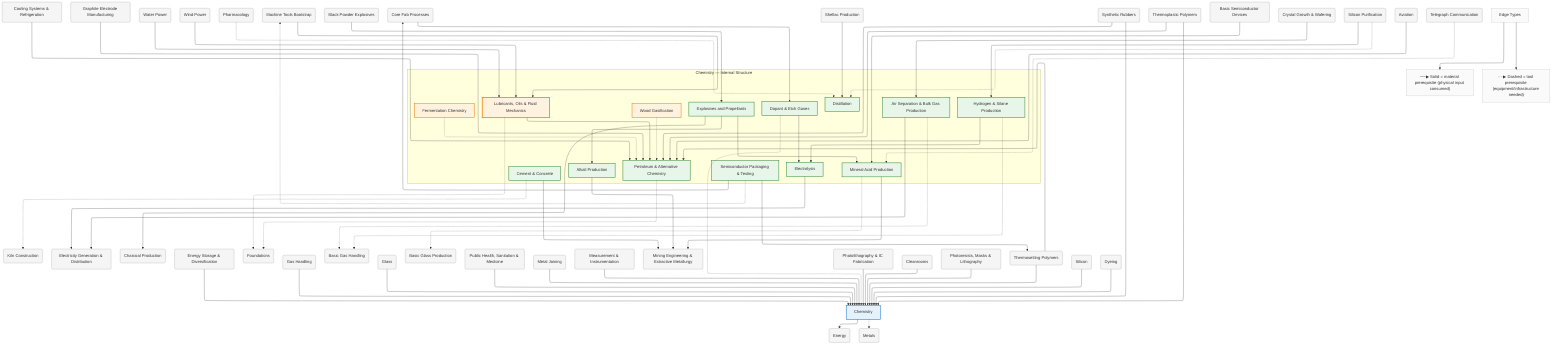
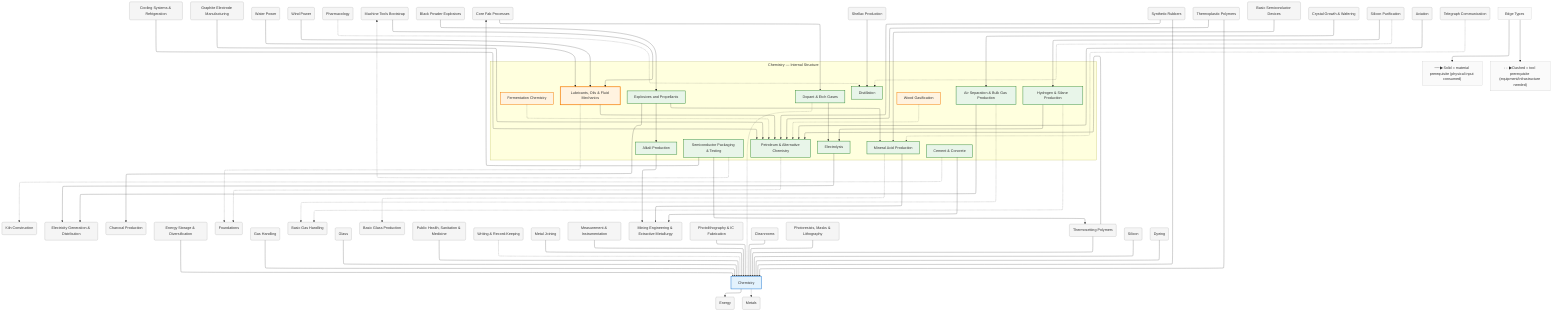
%%{init: {"flowchart": {"defaultRenderer": "elk", "htmlLabels": true}}}%%
graph TD
    %% Domain: Chemistry

    %% ==================== INTERNAL NODES ====================
    subgraph chemistry_internal ["Chemistry — Internal Structure"]
        direction TB
        chemistry_acids["Mineral Acid Production"]
        chemistry_alkalis["Alkali Production"]
        chemistry_cement["Cement & Concrete"]
        chemistry_electrolysis["Electrolysis"]
        chemistry_air-separation["Air Separation & Bulk Gas Production"]
        chemistry_hydrogen-silane["Hydrogen & Silane Production"]
        chemistry_dopant-etch-gases["Dopant & Etch Gases"]
        chemistry_packaging-testing["Semiconductor Packaging & Testing"]
        chemistry_petroleum-alternatives["Petroleum & Alternative Chemistry"]
        chemistry_lubricants["Lubricants, Oils & Fluid Mechanics"]
        chemistry_distillation["Distillation"]
        chemistry_explosives["Explosives and Propellants"]
        chemistry_petroleum-alternatives_fermentation["Fermentation Chemistry"]
        chemistry_petroleum-alternatives_wood-gasification["Wood Gasification"]
    end

    %% ==================== DOMAIN NODE ====================
    chemistry["Chemistry"]

    %% ==================== EXTERNAL DEPENDENCIES ====================
    ceramics_kilns("Kiln Construction")
    energy("Energy")
    energy_cooling("Cooling Systems & Refrigeration")
    energy_electric-furnaces_electrode-manufacturing("Graphite Electrode Manufacturing")
    energy_electricity("Electricity Generation & Distribution")
    energy_fuels_charcoal("Charcoal Production")
    energy_gravity("Water Power")
    energy_storage("Energy Storage & Diversification")
    energy_wind("Wind Power")
    foundations("Foundations")
    gas-handling("Gas Handling")
    gas-handling_basic("Basic Gas Handling")
    glass("Glass")
    glass_basic("Basic Glass Production")
    health("Public Health, Sanitation & Medicine")
    health_pharmacology("Pharmacology")
+     knowledge_writing("Writing & Record-Keeping")
    machine-tools("Machine Tools Bootstrap")
    machine-tools_joining("Metal Joining")
    measurement("Measurement & Instrumentation")
    metals("Metals")
    mining("Mining Engineering & Extractive Metallurgy")
    mining_extraction_black-powder("Black Powder Explosives")
    photolithography("Photolithography & IC Fabrication")
    photolithography_cleanrooms("Cleanrooms")
    photolithography_fab-processes("Core Fab Processes")
    photolithography_resists-masks("Photoresists, Masks & Lithography")
    polymers_rubber_shellac("Shellac Production")
    polymers_rubber_synthetic("Synthetic Rubbers")
    polymers_thermoplastics("Thermoplastic Polymers")
    polymers_thermosets("Thermosetting Polymers")
    silicon("Silicon")
    silicon_basic-devices("Basic Semiconductor Devices")
    silicon_crystal-growth("Crystal Growth & Wafering")
    silicon_purification("Silicon Purification")
    textiles_dyeing("Dyeing")
    transport_aviation("Aviation")
    transport_telegraph("Telegraph Communication")

    %% ==================== EDGES ====================
    chemistry_hydrogen-silane --> chemistry_electrolysis
    chemistry_dopant-etch-gases --> chemistry_electrolysis
    chemistry_dopant-etch-gases -.-> chemistry
    chemistry_lubricants --> chemistry_petroleum-alternatives
    chemistry_explosives --> chemistry_acids
    chemistry_explosives --> chemistry_alkalis
    chemistry_petroleum-alternatives_fermentation -.-> chemistry_petroleum-alternatives
    chemistry_petroleum-alternatives_wood-gasification -.-> chemistry_petroleum-alternatives
    energy_gravity --> chemistry_lubricants
    energy_wind --> chemistry_lubricants
    machine-tools --> chemistry_lubricants
    energy_cooling --> chemistry_petroleum-alternatives
    chemistry_electrolysis --> energy_electricity
    machine-tools_joining --> chemistry
    chemistry -.-> metals
    chemistry --> energy
    chemistry_acids --> mining
    chemistry_acids -.-> glass_basic
    chemistry_alkalis --> mining
    chemistry_cement -.-> ceramics_kilns
    chemistry_cement --> mining
    glass --> chemistry
    gas-handling --> chemistry
    measurement --> chemistry
    silicon --> chemistry
    silicon_purification -.-> chemistry_distillation
    silicon_purification --> chemistry_hydrogen-silane
    silicon_crystal-growth --> chemistry_air-separation
    silicon_basic-devices --> chemistry_acids
    photolithography --> chemistry
    photolithography_cleanrooms --> chemistry
    photolithography_resists-masks --> chemistry
    photolithography_fab-processes --> chemistry_dopant-etch-gases
    health --> chemistry
    chemistry_air-separation --> energy_electricity
    chemistry_air-separation -.-> gas-handling_basic
    chemistry_hydrogen-silane -.-> gas-handling_basic
    chemistry_packaging-testing --> photolithography_fab-processes
    chemistry_packaging-testing -.-> machine-tools
    chemistry_packaging-testing --> polymers_thermosets
    energy_storage --> chemistry
    chemistry_lubricants -.-> foundations
    chemistry_petroleum-alternatives -.-> foundations
    transport_aviation --> chemistry_petroleum-alternatives
    polymers_rubber_synthetic --> chemistry_petroleum-alternatives
    polymers_rubber_synthetic --> chemistry
    polymers_thermosets --> chemistry_petroleum-alternatives
    polymers_thermosets --> chemistry
    polymers_thermoplastics --> chemistry_petroleum-alternatives
    polymers_thermoplastics --> chemistry
    health_pharmacology -.-> chemistry_distillation
    textiles_dyeing --> chemistry
    energy_electric-furnaces_electrode-manufacturing --> chemistry_petroleum-alternatives
    mining_extraction_black-powder --> chemistry_explosives
    transport_telegraph -.-> chemistry_acids
    chemistry_explosives --> energy_fuels_charcoal
    polymers_rubber_shellac --> chemistry_distillation
+     knowledge_writing -.-> chemistry

    %% ==================== EDGE TYPE LEGEND ====================
    EdgeLegend["Edge Types"]
    EdgeLegend --> MatNote["──▶ Solid = material prerequisite (physical input consumed)"]
    EdgeLegend --> ToolNote["- - ▶ Dashed = tool prerequisite (equipment/infrastructure needed)"]

    %% ==================== STYLING ====================
    classDef domain fill:#e3f2fd,stroke:#1976d2,stroke-width:2px
    classDef capability fill:#e8f5e9,stroke:#388e3c,stroke-width:2px
    classDef process fill:#fff3e0,stroke:#f57c00,stroke-width:2px
    classDef critical fill:#fff3e0,stroke:#f57c00,stroke-width:3px
    classDef earlyWin fill:#e8f5e9,stroke:#388e3c,stroke-width:3px
    classDef pinnacle fill:#fce4ec,stroke:#c62828,stroke-width:3px
    classDef external fill:#f5f5f5,stroke:#9e9e9e,stroke-width:1px
    classDef legend fill:#fafafa,stroke:#bdbdbd,stroke-width:1px
    class chemistry domain
    class chemistry_acids capability
    class chemistry_alkalis capability
    class chemistry_cement capability
    class chemistry_electrolysis capability
    class chemistry_air-separation capability
    class chemistry_hydrogen-silane capability
    class chemistry_dopant-etch-gases capability
    class chemistry_packaging-testing capability
    class chemistry_petroleum-alternatives capability
    class chemistry_lubricants critical
    class chemistry_distillation capability
    class chemistry_explosives capability
    class chemistry_petroleum-alternatives_fermentation process
    class chemistry_petroleum-alternatives_wood-gasification process
    class ceramics_kilns external
    class energy external
    class energy_cooling external
    class energy_electric-furnaces_electrode-manufacturing external
    class energy_electricity external
    class energy_fuels_charcoal external
    class energy_gravity external
    class energy_storage external
    class energy_wind external
    class foundations external
    class gas-handling external
    class gas-handling_basic external
    class glass external
    class glass_basic external
    class health external
    class health_pharmacology external
+     class knowledge_writing external
    class machine-tools external
    class machine-tools_joining external
    class measurement external
    class metals external
    class mining external
    class mining_extraction_black-powder external
    class photolithography external
    class photolithography_cleanrooms external
    class photolithography_fab-processes external
    class photolithography_resists-masks external
    class polymers_rubber_shellac external
    class polymers_rubber_synthetic external
    class polymers_thermoplastics external
    class polymers_thermosets external
    class silicon external
    class silicon_basic-devices external
    class silicon_crystal-growth external
    class silicon_purification external
    class textiles_dyeing external
    class transport_aviation external
    class transport_telegraph external
    class EdgeLegend,MatNote,ToolNote legend
